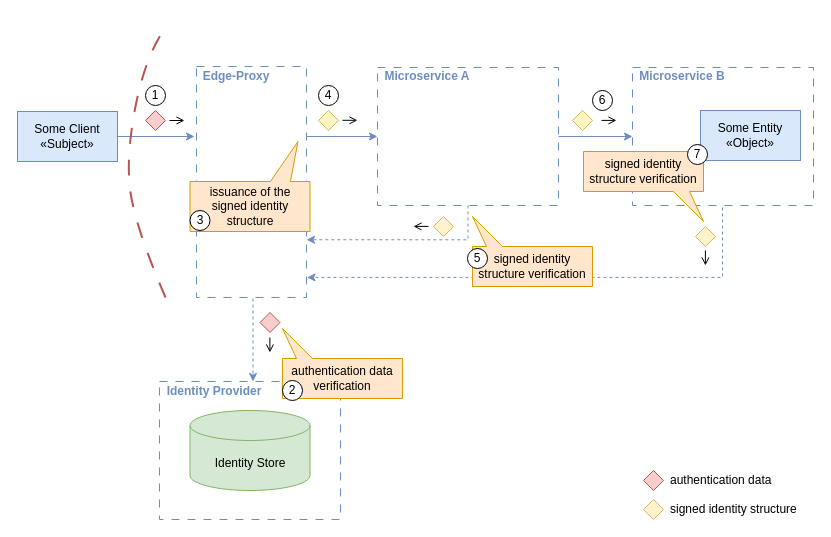
Earlier version of the draw.io diagram assets/Protocol_Agnostic_Identity_Propagation.drawio (dadrus/CheatSheetSeries). Source tidied: cells renumbered, new cells numbered last; positions are measured from the earlier drawing's top-left corner, leaving out a move shared by most shapes. Both pictures are drawn from the tidied source at 100%, with x=0, y=0 at pixel (17, 27).
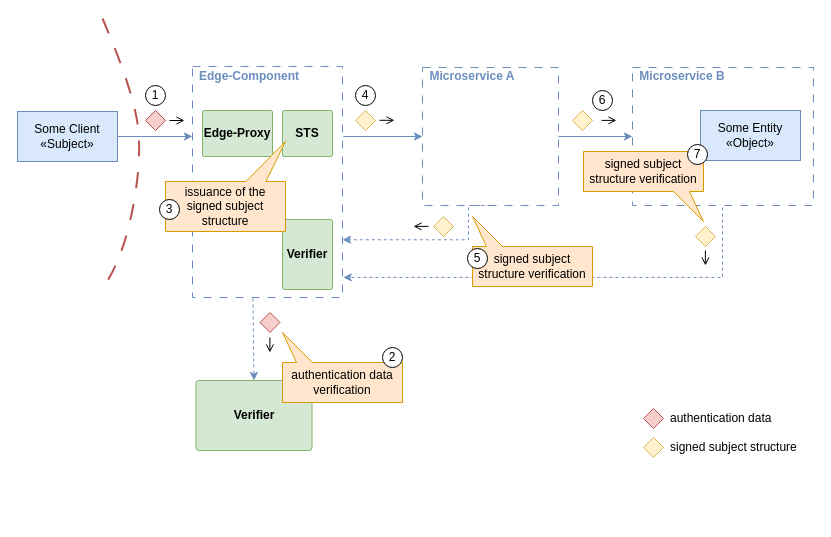
Above is the later version.

Unchanged cells that the change refers to:
```xml
<mxCell id="18" value="Some Client&lt;br&gt;«Subject»" style="rounded=0;whiteSpace=wrap;html=1;fillColor=#dae8fc;strokeColor=#6c8ebf;" parent="1" vertex="1">
  <mxGeometry y="84" width="100" height="50" as="geometry" />
</mxCell>
```

What changed in the source:
```diff
@@
-    <mxCell id="2" style="rounded=0;whiteSpace=wrap;html=1;fillColor=none;strokeColor=#6c8ebf;dashed=1;dashPattern=8 8;" parent="1" vertex="1">
-      <mxGeometry x="142" y="354" width="181" height="138" as="geometry" />
-    </mxCell>
@@
     <mxCell id="6" style="rounded=0;whiteSpace=wrap;html=1;fillColor=none;strokeColor=#6c8ebf;dashed=1;dashPattern=8 8;" parent="1" vertex="1">
-      <mxGeometry x="360" y="40" width="181" height="138" as="geometry" />
+      <mxGeometry x="405" y="40" width="136" height="138" as="geometry" />
     </mxCell>
@@
     <mxCell id="8" style="rhombus;whiteSpace=wrap;html=1;fillColor=#f8cecc;strokeColor=#b85450;" parent="1" vertex="1">
-      <mxGeometry x="626" y="443" width="20" height="20" as="geometry" />
+      <mxGeometry x="626" y="381" width="20" height="20" as="geometry" />
     </mxCell>
     <mxCell id="9" value="authentication data" style="text;html=1;align=left;verticalAlign=middle;whiteSpace=wrap;rounded=0;" parent="1" vertex="1">
-      <mxGeometry x="651" y="443" width="118" height="20" as="geometry" />
+      <mxGeometry x="651" y="381" width="118" height="20" as="geometry" />
     </mxCell>
     <mxCell id="10" value="&lt;div align=&quot;center&quot;&gt;Microservice A&lt;/div&gt;" style="text;html=1;align=center;verticalAlign=middle;whiteSpace=wrap;rounded=0;fillColor=none;fontColor=#6C8EBF;fontStyle=1;" parent="1" vertex="1">
-      <mxGeometry x="360" y="39" width="100" height="19" as="geometry" />
+      <mxGeometry x="405" y="39" width="100" height="19" as="geometry" />
     </mxCell>
@@
     <mxCell id="13" style="rounded=0;whiteSpace=wrap;html=1;fillColor=none;strokeColor=#6c8ebf;dashed=1;dashPattern=8 8;" parent="1" vertex="1">
-      <mxGeometry x="179" y="39" width="110" height="231" as="geometry" />
+      <mxGeometry x="175" y="39" width="150" height="231" as="geometry" />
     </mxCell>
-    <mxCell id="14" value="Edge-Proxy" style="text;html=1;align=center;verticalAlign=middle;whiteSpace=wrap;rounded=0;fillColor=none;fontColor=#6C8EBF;fontStyle=1;" parent="1" vertex="1">
-      <mxGeometry x="179" y="39" width="80" height="19" as="geometry" />
+    <mxCell id="14" value="Edge-Component" style="text;html=1;align=center;verticalAlign=middle;whiteSpace=wrap;rounded=0;fillColor=none;fontColor=#6C8EBF;fontStyle=1;" parent="1" vertex="1">
+      <mxGeometry x="179" y="39" width="106" height="19" as="geometry" />
     </mxCell>
     <mxCell id="15" style="endArrow=classic;html=1;rounded=0;exitX=1;exitY=0.5;exitDx=0;exitDy=0;fillColor=#dae8fc;strokeColor=#6c8ebf;" parent="1" edge="1" source="18">
       <mxGeometry relative="1" as="geometry">
-        <mxPoint x="177" y="109" as="targetPoint" />
+        <mxPoint x="175" y="109" as="targetPoint" />
       </mxGeometry>
     </mxCell>
@@
     <mxCell id="17" style="rhombus;whiteSpace=wrap;html=1;fillColor=#fff2cc;strokeColor=#d6b656;" parent="1" vertex="1">
-      <mxGeometry x="301" y="83" width="20" height="20" as="geometry" />
+      <mxGeometry x="338" y="83" width="20" height="20" as="geometry" />
     </mxCell>
@@
-    <mxCell id="19" value="signed identity structure" style="text;html=1;align=left;verticalAlign=middle;whiteSpace=wrap;rounded=0;" parent="1" vertex="1">
-      <mxGeometry x="651" y="472" width="145" height="20" as="geometry" />
+    <mxCell id="19" value="signed subject structure" style="text;html=1;align=left;verticalAlign=middle;whiteSpace=wrap;rounded=0;" parent="1" vertex="1">
+      <mxGeometry x="651" y="410" width="145" height="20" as="geometry" />
     </mxCell>
-    <mxCell id="20" value="Identity Store" style="shape=cylinder3;whiteSpace=wrap;html=1;boundedLbl=1;backgroundOutline=1;size=15;fillColor=#d5e8d4;strokeColor=#82b366;" parent="1" vertex="1">
-      <mxGeometry x="172.5" y="383" width="120" height="80" as="geometry" />
-    </mxCell>
-    <mxCell id="21" value="Identity Provider" style="text;html=1;align=center;verticalAlign=middle;whiteSpace=wrap;rounded=0;fillColor=none;fontColor=#6C8EBF;fontStyle=1;" parent="1" vertex="1">
-      <mxGeometry x="142" y="354" width="110" height="19" as="geometry" />
-    </mxCell>
     <mxCell id="22" style="rhombus;whiteSpace=wrap;html=1;fillColor=#fff2cc;strokeColor=#d6b656;" parent="1" vertex="1">
-      <mxGeometry x="626" y="472" width="20" height="20" as="geometry" />
+      <mxGeometry x="626" y="410" width="20" height="20" as="geometry" />
     </mxCell>
@@
     <mxCell id="24" style="endArrow=open;html=1;rounded=0;endFill=0;" parent="1" edge="1">
       <mxGeometry relative="1" as="geometry">
-        <mxPoint x="325" y="92.8" as="sourcePoint" />
-        <mxPoint x="340" y="92.8" as="targetPoint" />
+        <mxPoint x="362" y="92.8" as="sourcePoint" />
+        <mxPoint x="377" y="92.8" as="targetPoint" />
       </mxGeometry>
     </mxCell>
@@
-    <mxCell id="27" style="edgeStyle=orthogonalEdgeStyle;rounded=0;orthogonalLoop=1;jettySize=auto;html=1;entryX=0.5;entryY=0;entryDx=0;entryDy=0;fillColor=#dae8fc;strokeColor=#6c8ebf;startArrow=none;startFill=0;dashed=1;" parent="1" edge="1">
+    <mxCell id="27" style="edgeStyle=orthogonalEdgeStyle;rounded=0;jettySize=auto;html=1;entryX=0.5;entryY=0;entryDx=0;entryDy=0;fillColor=#dae8fc;strokeColor=#6c8ebf;startArrow=none;startFill=0;dashed=1;" parent="1" edge="1" target="47">
       <mxGeometry relative="1" as="geometry">
         <mxPoint x="235.5" y="271" as="sourcePoint" />
-        <mxPoint x="235.5" y="354" as="targetPoint" />
       </mxGeometry>
     </mxCell>
@@
-    <mxCell id="30" value="authentication data verification" style="shape=callout;whiteSpace=wrap;html=1;perimeter=calloutPerimeter;base=16;size=30;position=0.75;position2=1;flipV=1;fillColor=#ffe6cc;strokeColor=#d79b00;flipH=1;" parent="1" vertex="1">
-      <mxGeometry x="265" y="301" width="120" height="70" as="geometry" />
-    </mxCell>
-    <mxCell id="31" value="issuance of the signed identity structure" style="shape=callout;whiteSpace=wrap;html=1;perimeter=calloutPerimeter;base=20;size=40;position=0.67;position2=0.9;flipV=1;fillColor=#ffe6cc;strokeColor=#d79b00;" parent="1" vertex="1">
-      <mxGeometry x="172.5" y="114" width="120" height="90" as="geometry" />
-    </mxCell>
@@
-    <mxCell id="34" value="signed identity structure verification" style="shape=callout;whiteSpace=wrap;html=1;perimeter=calloutPerimeter;base=16;size=30;position=0.75;position2=1;flipV=0;fillColor=#ffe6cc;strokeColor=#d79b00;" parent="1" vertex="1">
+    <mxCell id="34" value="signed subject structure verification" style="shape=callout;whiteSpace=wrap;html=1;perimeter=calloutPerimeter;base=16;size=30;position=0.75;position2=1;flipV=0;fillColor=#ffe6cc;strokeColor=#d79b00;" parent="1" vertex="1">
       <mxGeometry x="566" y="124" width="120" height="70" as="geometry" />
     </mxCell>
@@
     <mxCell id="36" value="4" style="ellipse;whiteSpace=wrap;html=1;" parent="1" vertex="1">
-      <mxGeometry x="301" y="58" width="20" height="20" as="geometry" />
+      <mxGeometry x="338" y="58" width="20" height="20" as="geometry" />
     </mxCell>
@@
-    <mxCell id="40" value="3" style="ellipse;whiteSpace=wrap;html=1;" parent="1" vertex="1">
-      <mxGeometry x="172.5" y="183" width="20" height="20" as="geometry" />
-    </mxCell>
@@
-    <mxCell id="44" value="signed identity structure verification" style="shape=callout;whiteSpace=wrap;html=1;perimeter=calloutPerimeter;base=16;size=30;position=0.75;position2=1;flipV=1;fillColor=#ffe6cc;strokeColor=#d79b00;flipH=1;" parent="1" vertex="1">
+    <mxCell id="44" value="signed subject structure verification" style="shape=callout;whiteSpace=wrap;html=1;perimeter=calloutPerimeter;base=16;size=30;position=0.75;position2=1;flipV=1;fillColor=#ffe6cc;strokeColor=#d79b00;flipH=1;" parent="1" vertex="1">
       <mxGeometry x="455" y="189" width="120" height="70" as="geometry" />
     </mxCell>
@@
     <mxCell id="46" style="curved=1;endArrow=none;html=1;rounded=0;dashed=1;dashPattern=8 8;startFill=0;fillColor=#f8cecc;strokeColor=#b85450;startSize=9;endSize=8;strokeWidth=2;" parent="1" edge="1">
       <mxGeometry relative="1" as="geometry">
-        <mxPoint x="148" y="270" as="sourcePoint" />
-        <mxPoint x="148" as="targetPoint" />
+        <mxPoint x="85" y="-9" as="sourcePoint" />
+        <mxPoint x="85" y="261" as="targetPoint" />
         <Array as="points">
-          <mxPoint x="118" y="200" />
-          <mxPoint x="108" y="130" />
-          <mxPoint x="128" y="28" />
+          <mxPoint x="115" y="61" />
+          <mxPoint x="125" y="131" />
+          <mxPoint x="105" y="233" />
         </Array>
       </mxGeometry>
     </mxCell>
+    <mxCell id="47" value="&lt;b&gt;Verifier&lt;/b&gt;" style="rounded=1;whiteSpace=wrap;html=1;fillColor=#d5e8d4;strokeColor=#82b366;arcSize=4;" parent="1" vertex="1">
+      <mxGeometry x="178.5" y="353" width="116" height="70" as="geometry" />
+    </mxCell>
+    <mxCell id="30" value="authentication data verification" style="shape=callout;whiteSpace=wrap;html=1;perimeter=calloutPerimeter;base=16;size=30;position=0.75;position2=1;flipV=1;fillColor=#ffe6cc;strokeColor=#d79b00;flipH=1;" parent="1" vertex="1">
+      <mxGeometry x="265" y="305" width="120" height="70" as="geometry" />
+    </mxCell>
+    <mxCell id="48" value="2" style="ellipse;whiteSpace=wrap;html=1;" parent="1" vertex="1">
+      <mxGeometry x="365" y="320" width="20" height="20" as="geometry" />
+    </mxCell>
+    <mxCell id="49" value="&lt;b&gt;Edge-Proxy&lt;/b&gt;" style="rounded=1;whiteSpace=wrap;html=1;fillColor=#d5e8d4;strokeColor=#82b366;arcSize=4;" parent="1" vertex="1">
+      <mxGeometry x="185" y="83" width="70" height="46" as="geometry" />
+    </mxCell>
+    <mxCell id="50" value="&lt;b&gt;STS&lt;/b&gt;" style="rounded=1;whiteSpace=wrap;html=1;fillColor=#d5e8d4;strokeColor=#82b366;arcSize=4;" parent="1" vertex="1">
+      <mxGeometry x="265" y="83" width="50" height="46" as="geometry" />
+    </mxCell>
+    <mxCell id="51" value="&lt;b&gt;Verifier&lt;/b&gt;" style="rounded=1;whiteSpace=wrap;html=1;fillColor=#d5e8d4;strokeColor=#82b366;arcSize=4;" parent="1" vertex="1">
+      <mxGeometry x="265" y="192" width="50" height="70" as="geometry" />
+    </mxCell>
+    <mxCell id="31" value="issuance of the signed subject structure" style="shape=callout;whiteSpace=wrap;html=1;perimeter=calloutPerimeter;base=20;size=40;position=0.67;position2=1;flipV=1;fillColor=#ffe6cc;strokeColor=#d79b00;" parent="1" vertex="1">
+      <mxGeometry x="148" y="114" width="120" height="90" as="geometry" />
+    </mxCell>
+    <mxCell id="40" value="3" style="ellipse;whiteSpace=wrap;html=1;" parent="1" vertex="1">
+      <mxGeometry x="142" y="172" width="20" height="20" as="geometry" />
+    </mxCell>
```
